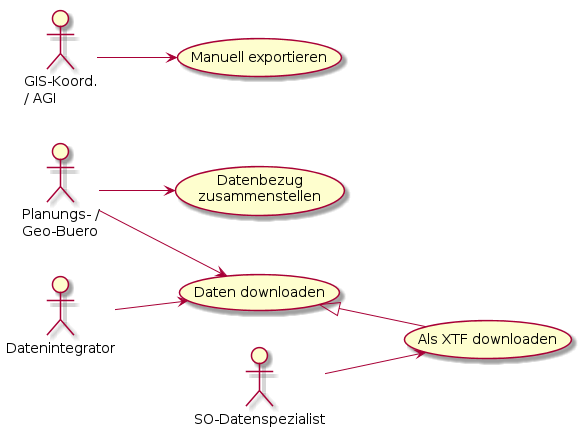
The PlantUML diagram puml_output/uc_datenbezug.png in simi-so/mm, before a commit. Its diagram source:
```plantuml
@startuml
left to right direction

:Planungs- /\nGeo-Buero: as buero
:Datenintegrator: as int
:SO-Datenspezialist: as data
:GIS-Koord.\n/ AGI: as exporter

(Datenbezug\nzusammenstellen) as bundle
(Daten downloaden) as load
(Als XTF downloaden) as xtf
(Manuell exportieren) as manuell

load <|-- xtf

buero --> bundle
buero --> load
int --> load
data --> xtf

exporter --> manuell
@enduml
```
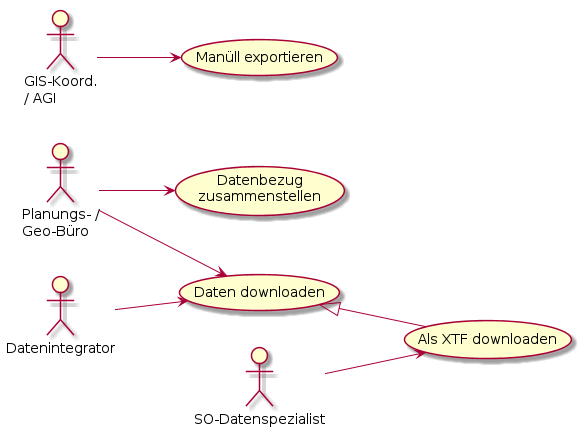
Later version of the same file.

Diff of the diagram source:
```diff
@@ -1,7 +1,7 @@
 @startuml
 left to right direction
 
-:Planungs- /\nGeo-Buero: as buero
+:Planungs- /\nGeo-Büro: as büro
 :Datenintegrator: as int
 :SO-Datenspezialist: as data
 :GIS-Koord.\n/ AGI: as exporter
@@ -9,14 +9,14 @@
 (Datenbezug\nzusammenstellen) as bundle
 (Daten downloaden) as load
 (Als XTF downloaden) as xtf
-(Manuell exportieren) as manuell
+(Manüll exportieren) as manüll
 
 load <|-- xtf
 
-buero --> bundle
-buero --> load
+büro --> bundle
+büro --> load
 int --> load
 data --> xtf
 
-exporter --> manuell
+exporter --> manüll
 @enduml
```
